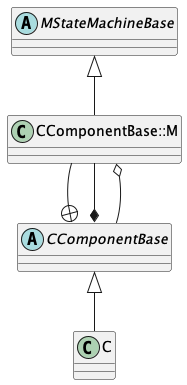
nasa/fprime keeps this PlantUML diagram as docs/Design/img/sm-impl-class-diagram.png. Above is the earlier version. Its diagram source:
```plantuml
@startuml

abstract class MStateMachineBase
class CComponentBase::M

MStateMachineBase <|-- CComponentBase::M

abstract class CComponentBase
class C

CComponentBase <|-- C

CComponentBase::M --+ CComponentBase
CComponentBase::M --* CComponentBase
CComponentBase --o CComponentBase::M

@enduml
```
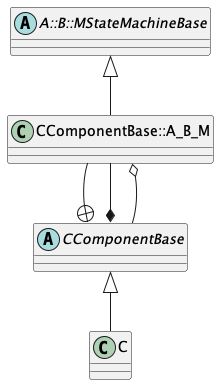
Above is the later version.

Commit message:
Revise state machines design

Change to the diagram source:
```diff
@@ -1,17 +1,17 @@
 @startuml
 
-abstract class MStateMachineBase
-class CComponentBase::M
+abstract class A::B::MStateMachineBase
+class CComponentBase::A_B_M
 
-MStateMachineBase <|-- CComponentBase::M
+A::B::MStateMachineBase <|-- CComponentBase::A_B_M
 
 abstract class CComponentBase
 class C
 
 CComponentBase <|-- C
 
-CComponentBase::M --+ CComponentBase
-CComponentBase::M --* CComponentBase
-CComponentBase --o CComponentBase::M
+CComponentBase::A_B_M --+ CComponentBase
+CComponentBase::A_B_M --* CComponentBase
+CComponentBase --o CComponentBase::A_B_M
 
 @enduml
```
